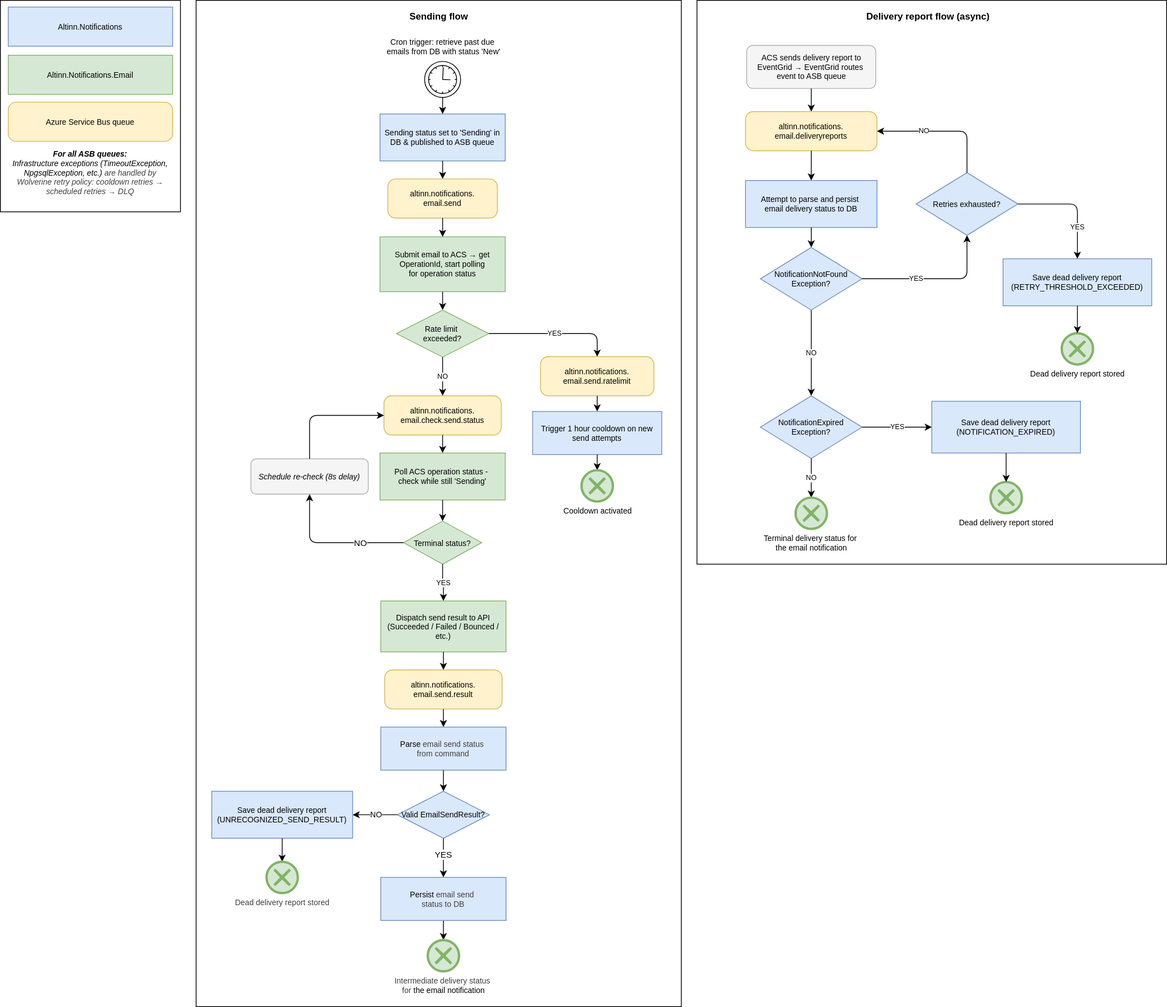
The draw.io diagram docs/architecture/diagrams/flowchart-email-notifications-process.svg in Altinn/altinn-notifications, before a commit. Source tidied: cells renumbered, new cells last; positions are measured from the earlier drawing's top-left corner, leaving out a move shared by most shapes.
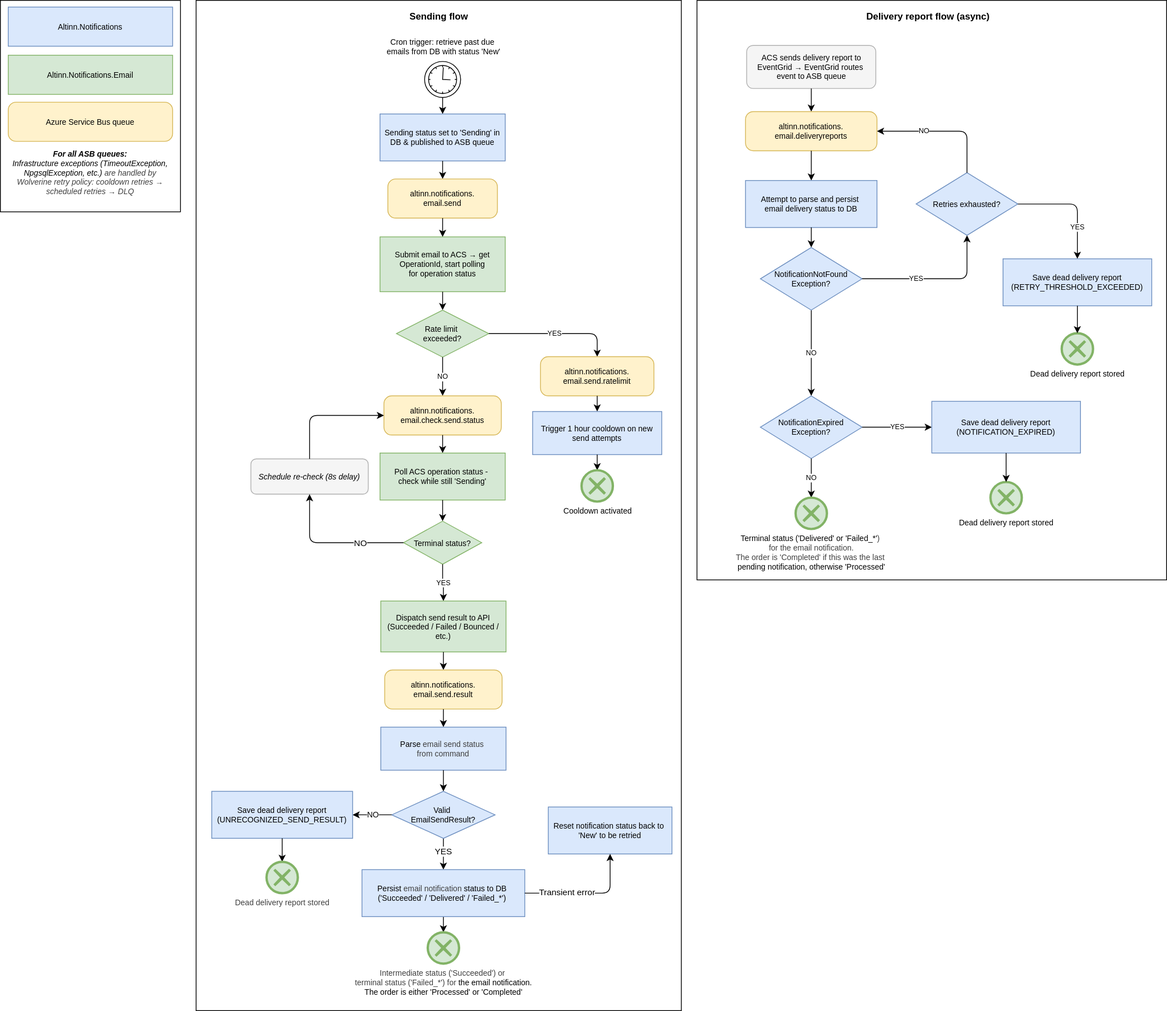
After the change.

What changed in the source:
```diff
@@ -3,10 +3,10 @@
     <mxCell id="0" />
     <mxCell id="1" parent="0" />
     <mxCell id="2" style="rounded=0;whiteSpace=wrap;html=1;" parent="1" vertex="1">
-      <mxGeometry x="890" width="600" height="720" as="geometry" />
+      <mxGeometry x="890" width="600" height="740" as="geometry" />
     </mxCell>
     <mxCell id="3" style="rounded=0;whiteSpace=wrap;html=1;" parent="1" vertex="1">
-      <mxGeometry x="250" width="620" height="1285" as="geometry" />
+      <mxGeometry x="250" width="620" height="1290" as="geometry" />
     </mxCell>
     <mxCell id="4" value="&lt;font style=&quot;font-size: 12px;&quot;&gt;Sending flow&lt;/font&gt;" style="text;html=1;align=center;verticalAlign=middle;strokeColor=none;fillColor=none;fontSize=11;fontStyle=1;" parent="1" vertex="1">
       <mxGeometry x="460" y="8.5" width="200" height="25" as="geometry" />
@@ -116,8 +116,8 @@
     <mxCell id="37" style="edgeStyle=orthogonalEdgeStyle;html=1;exitX=0.5;exitY=1;exitDx=0;exitDy=0;entryX=0.5;entryY=0;entryDx=0;entryDy=0;entryPerimeter=0;" parent="1" edge="1" source="64" target="38">
       <mxGeometry relative="1" as="geometry" />
     </mxCell>
-    <mxCell id="38" value="&lt;font style=&quot;color: rgb(63, 63, 63); scrollbar-color: rgb(226, 226, 226) rgb(251, 251, 251);&quot;&gt;Intermediate delivery status&amp;nbsp;&lt;/font&gt;&lt;div&gt;&lt;font style=&quot;color: rgb(63, 63, 63); scrollbar-color: rgb(226, 226, 226) rgb(251, 251, 251);&quot;&gt;for&amp;nbsp;&lt;/font&gt;&lt;span style=&quot;background-color: light-dark(rgb(255, 255, 255), rgb(18, 18, 18));&quot;&gt;the email notification&lt;/span&gt;&lt;/div&gt;" style="points=[[0.145,0.145,0],[0.5,0,0],[0.855,0.145,0],[1,0.5,0],[0.855,0.855,0],[0.5,1,0],[0.145,0.855,0],[0,0.5,0]];shape=mxgraph.bpmn.event;html=1;verticalLabelPosition=bottom;labelBackgroundColor=#ffffff;verticalAlign=top;align=center;perimeter=ellipsePerimeter;outlineConnect=0;outline=end;symbol=cancel;fontSize=10;fillColor=#d5e8d4;strokeColor=#82b366;" parent="1" vertex="1">
-      <mxGeometry x="546" y="1200" width="40" height="40" as="geometry" />
+    <mxCell id="38" value="&lt;font style=&quot;color: rgb(63, 63, 63); scrollbar-color: rgb(226, 226, 226) rgb(251, 251, 251);&quot;&gt;Intermediate status ('Succeeded') or&amp;nbsp;&lt;/font&gt;&lt;div&gt;&lt;font style=&quot;color: rgb(63, 63, 63); scrollbar-color: rgb(226, 226, 226) rgb(251, 251, 251);&quot;&gt;terminal status ('Failed_*') for&amp;nbsp;&lt;/font&gt;&lt;span style=&quot;background-color: light-dark(rgb(255, 255, 255), rgb(18, 18, 18));&quot;&gt;the email notification.&lt;/span&gt;&lt;/div&gt;&lt;div&gt;&lt;span style=&quot;background-color: light-dark(rgb(255, 255, 255), rgb(18, 18, 18));&quot;&gt;The order is either 'Processed' or 'Completed'&lt;/span&gt;&lt;/div&gt;" style="points=[[0.145,0.145,0],[0.5,0,0],[0.855,0.145,0],[1,0.5,0],[0.855,0.855,0],[0.5,1,0],[0.145,0.855,0],[0,0.5,0]];shape=mxgraph.bpmn.event;html=1;verticalLabelPosition=bottom;labelBackgroundColor=#ffffff;verticalAlign=top;align=center;perimeter=ellipsePerimeter;outlineConnect=0;outline=end;symbol=cancel;fontSize=10;fillColor=#d5e8d4;strokeColor=#82b366;" parent="1" vertex="1">
+      <mxGeometry x="546" y="1190" width="40" height="40" as="geometry" />
     </mxCell>
     <mxCell id="39" value="&lt;font&gt;ACS sends delivery report to EventGrid → EventGrid routes&amp;nbsp;&lt;/font&gt;&lt;div&gt;&lt;font&gt;event to ASB queue&lt;/font&gt;&lt;/div&gt;" style="rounded=1;whiteSpace=wrap;html=1;fillColor=#f5f5f5;strokeColor=#b0b0b0;fontSize=10;" parent="1" vertex="1">
       <mxGeometry x="953.5" y="57.5" width="165" height="55" as="geometry" />
@@ -191,7 +191,7 @@
     <mxCell id="59" style="edgeStyle=orthogonalEdgeStyle;html=1;" parent="1" edge="1" source="57" target="58">
       <mxGeometry relative="1" as="geometry" />
     </mxCell>
-    <mxCell id="60" value="&lt;font&gt;Terminal delivery status for&amp;nbsp;&lt;/font&gt;&lt;div&gt;&lt;font&gt;the email notification&lt;/font&gt;&lt;/div&gt;" style="points=[[0.145,0.145,0],[0.5,0,0],[0.855,0.145,0],[1,0.5,0],[0.855,0.855,0],[0.5,1,0],[0.145,0.855,0],[0,0.5,0]];shape=mxgraph.bpmn.event;html=1;verticalLabelPosition=bottom;labelBackgroundColor=#ffffff;verticalAlign=top;align=center;perimeter=ellipsePerimeter;outlineConnect=0;outline=end;symbol=cancel;fillColor=#d5e8d4;strokeColor=#82b366;fontSize=10;" parent="1" vertex="1">
+    <mxCell id="60" value="&lt;font&gt;Terminal status ('Delivered' or 'Failed_*'&lt;/font&gt;&lt;font style=&quot;color: rgb(63, 63, 63); background-color: light-dark(rgb(255, 255, 255), rgb(18, 18, 18));&quot;&gt;)&amp;nbsp;&lt;/font&gt;&lt;div&gt;&lt;font style=&quot;color: rgb(63, 63, 63); background-color: light-dark(rgb(255, 255, 255), rgb(18, 18, 18));&quot;&gt;for the email&amp;nbsp;&lt;/font&gt;&lt;span style=&quot;background-color: light-dark(rgb(255, 255, 255), rgb(18, 18, 18)); color: rgb(63, 63, 63);&quot;&gt;notification.&lt;/span&gt;&lt;div&gt;&lt;span style=&quot;color: rgb(63, 63, 63); background-color: light-dark(rgb(255, 255, 255), rgb(18, 18, 18));&quot;&gt;The order is 'Completed' if this was the last&amp;nbsp;&lt;/span&gt;&lt;/div&gt;&lt;div&gt;&lt;font&gt;pending notification, otherwise 'Processed'&lt;/font&gt;&lt;/div&gt;&lt;/div&gt;" style="points=[[0.145,0.145,0],[0.5,0,0],[0.855,0.145,0],[1,0.5,0],[0.855,0.855,0],[0.5,1,0],[0.145,0.855,0],[0,0.5,0]];shape=mxgraph.bpmn.event;html=1;verticalLabelPosition=bottom;labelBackgroundColor=#ffffff;verticalAlign=top;align=center;perimeter=ellipsePerimeter;outlineConnect=0;outline=end;symbol=cancel;fillColor=#d5e8d4;strokeColor=#82b366;fontSize=10;" parent="1" vertex="1">
       <mxGeometry x="1016" y="635" width="40" height="40" as="geometry" />
     </mxCell>
     <mxCell id="61" style="edgeStyle=orthogonalEdgeStyle;html=1;fontSize=9;entryX=0;entryY=0.5;entryDx=0;entryDy=0;exitX=0.5;exitY=0;exitDx=0;exitDy=0;" parent="1" edge="1" source="26" target="23">
@@ -209,14 +209,14 @@
         <mxPoint y="2" as="offset" />
       </mxGeometry>
     </mxCell>
-    <mxCell id="64" value="&lt;font&gt;Persist&amp;nbsp;&lt;/font&gt;&lt;span style=&quot;color: rgb(63, 63, 63); background-color: transparent;&quot;&gt;email send&amp;nbsp;&lt;/span&gt;&lt;div&gt;&lt;span style=&quot;color: rgb(63, 63, 63); background-color: transparent;&quot;&gt;status to DB&lt;/span&gt;&lt;/div&gt;" style="rounded=0;whiteSpace=wrap;html=1;fillColor=#dae8fc;strokeColor=#6c8ebf;fontSize=10;" parent="1" vertex="1">
-      <mxGeometry x="486" y="1120" width="160" height="55" as="geometry" />
+    <mxCell id="64" value="&lt;font&gt;Persist&amp;nbsp;&lt;/font&gt;&lt;span style=&quot;color: rgb(63, 63, 63); background-color: transparent;&quot;&gt;email notification&amp;nbsp;&lt;/span&gt;&lt;span style=&quot;background-color: transparent;&quot;&gt;status to DB&amp;nbsp;&lt;/span&gt;&lt;div&gt;&lt;span style=&quot;background-color: transparent;&quot;&gt;('Succeeded' / 'Delivered' / 'Failed_*')&amp;nbsp;&lt;/span&gt;&lt;/div&gt;" style="rounded=0;whiteSpace=wrap;html=1;fillColor=#dae8fc;strokeColor=#6c8ebf;fontSize=10;" parent="1" vertex="1">
+      <mxGeometry x="462" y="1110" width="208" height="60" as="geometry" />
     </mxCell>
     <mxCell id="65" style="edgeStyle=orthogonalEdgeStyle;html=1;exitX=0.5;exitY=1;exitDx=0;exitDy=0;" parent="1" edge="1" source="36" target="66">
       <mxGeometry relative="1" as="geometry" />
     </mxCell>
-    <mxCell id="66" value="Valid EmailSendResult?" style="rhombus;whiteSpace=wrap;html=1;fontSize=10;fillColor=#dae8fc;strokeColor=#6c8ebf;" parent="1" vertex="1">
-      <mxGeometry x="507.2" y="1010" width="117.7" height="60" as="geometry" />
+    <mxCell id="66" value="Valid&amp;nbsp;&lt;div&gt;EmailSendResult?&lt;/div&gt;" style="rhombus;whiteSpace=wrap;html=1;fontSize=10;fillColor=#dae8fc;strokeColor=#6c8ebf;" parent="1" vertex="1">
+      <mxGeometry x="500" y="1010" width="132" height="60" as="geometry" />
     </mxCell>
     <mxCell id="67" value="NO" style="edgeStyle=orthogonalEdgeStyle;html=1;entryX=1;entryY=0.5;entryDx=0;entryDy=0;fontSize=10;exitX=0;exitY=0.5;exitDx=0;exitDy=0;" parent="1" edge="1" source="66" target="68">
       <mxGeometry x="-0.05" relative="1" as="geometry" />
@@ -245,5 +245,20 @@
     <mxCell id="75" value="&lt;font&gt;Altinn.Notifications.Email&lt;/font&gt;" style="rounded=0;whiteSpace=wrap;html=1;fillColor=#d5e8d4;strokeColor=#82b366;fontSize=10;" parent="1" vertex="1">
       <mxGeometry x="10" y="70" width="210" height="50" as="geometry" />
     </mxCell>
+    <mxCell id="76" value="Reset notification status back to&amp;nbsp;&lt;div&gt;'New' to be retried&lt;/div&gt;" style="rounded=0;whiteSpace=wrap;html=1;fillColor=#dae8fc;strokeColor=#6c8ebf;fontSize=10;" parent="1" vertex="1">
+      <mxGeometry x="700" y="1030" width="158" height="60" as="geometry" />
+    </mxCell>
+    <mxCell id="77" style="edgeStyle=orthogonalEdgeStyle;html=1;fontSize=9;entryX=0.5;entryY=1;entryDx=0;entryDy=0;exitX=1;exitY=0.5;exitDx=0;exitDy=0;" parent="1" edge="1" source="64" target="76">
+      <mxGeometry x="0.17" relative="1" as="geometry">
+        <Array as="points">
+          <mxPoint x="779" y="1140" />
+        </Array>
+      </mxGeometry>
+    </mxCell>
+    <mxCell id="78" value="Transient error" style="edgeLabel;html=1;align=center;verticalAlign=middle;" parent="77" vertex="1">
+      <mxGeometry x="-0.24" y="1" relative="1" as="geometry">
+        <mxPoint x="-8" y="-1" as="offset" />
+      </mxGeometry>
+    </mxCell>
   </root>
 </mxGraphModel>
```
